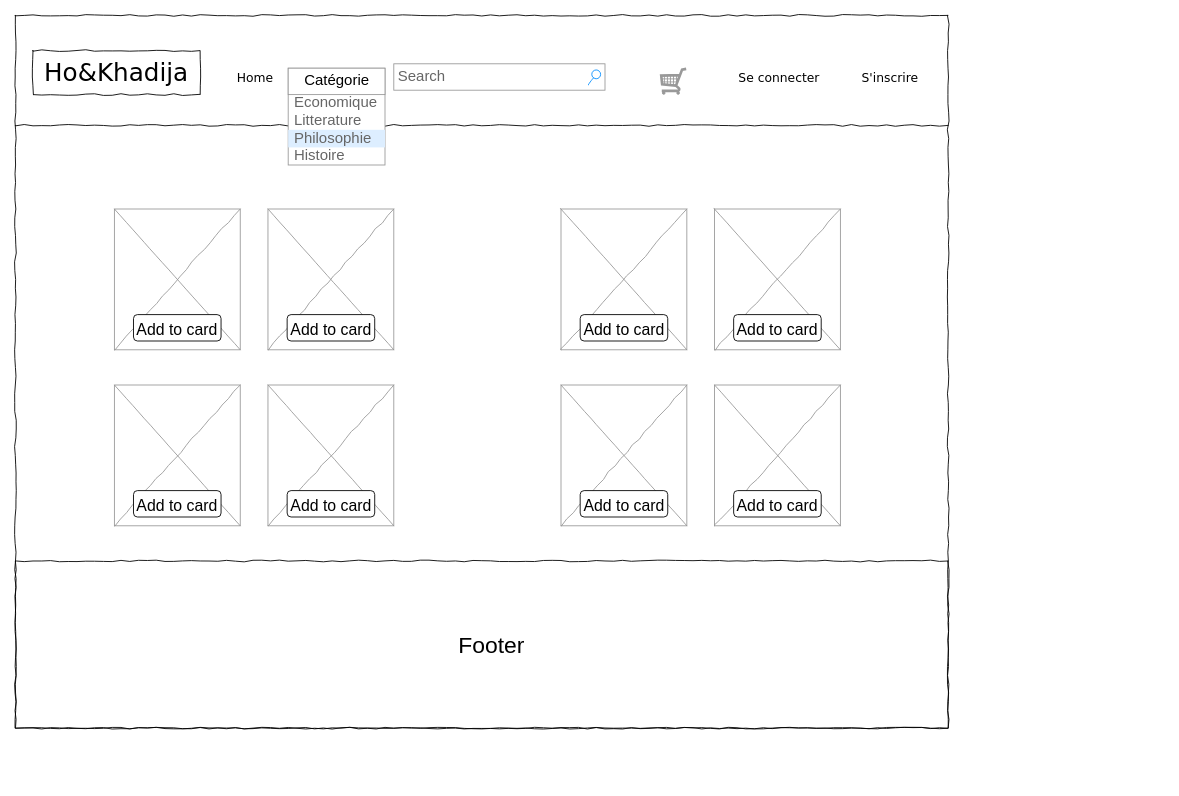
Above: page "Home" (1 of 10) of mockup/tp-ho&khadija.drawio in KhadijaElaogdi/EBoutique-livres (draw.io), before the change. Source tidied: cells renumbered, new cells numbered last; positions are measured from the earlier drawing's top-left corner, leaving out a move shared by most shapes. Both pictures are drawn from the tidied source at 88%, with x=0, y=0 at pixel (15, 15).
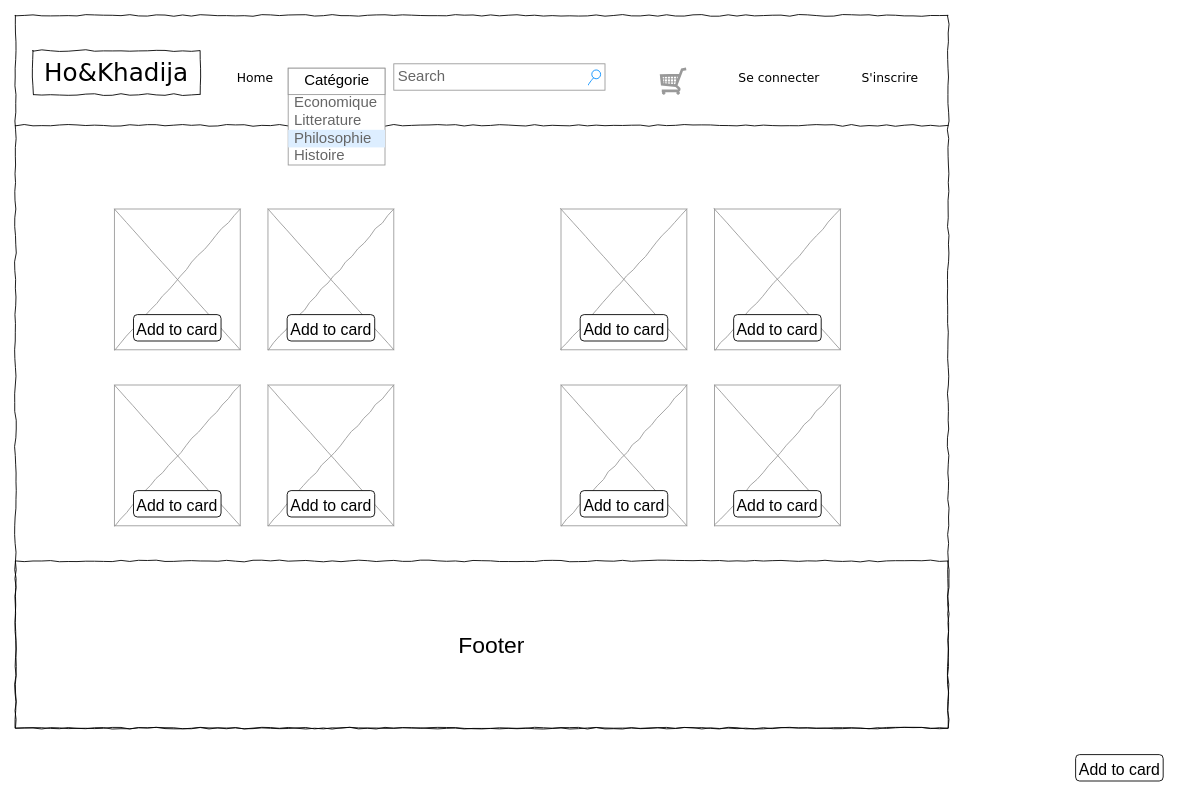
Above is the later version.

The edit, as a diff of the source:
```diff
@@
+    <mxCell id="34" value="&lt;font style=&quot;font-size: 18px;&quot;&gt;Add to card&lt;/font&gt;" style="rounded=1;whiteSpace=wrap;html=1;fontSize=26;" parent="1" vertex="1">
+      <mxGeometry x="1204.8" y="840" width="99.5" height="30" as="geometry" />
+    </mxCell>
```
